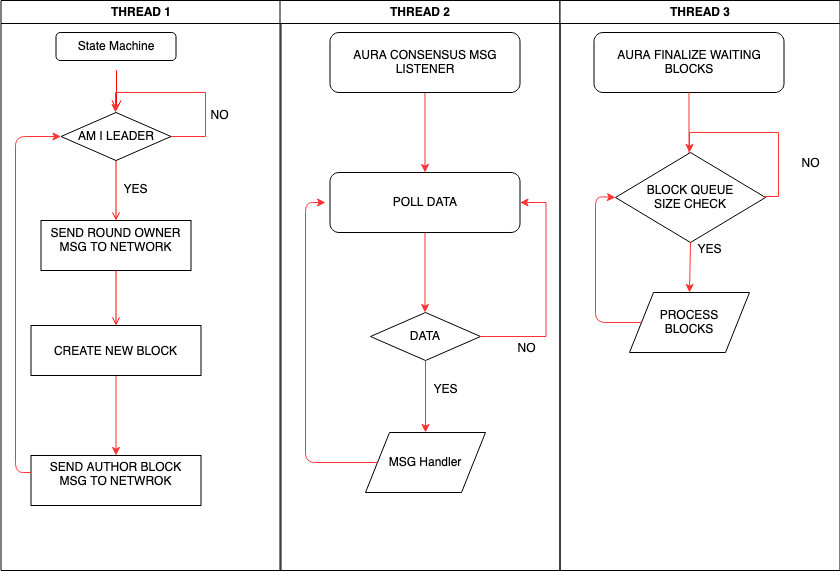
The draw.io diagram misc/AuraConsensusFlowDiagram.png in Talentica/simpleblockchain, before a commit. Source tidied: cells renumbered, new cells last; positions are measured from the earlier drawing's top-left corner, leaving out a move shared by most shapes. The source it was exported from:
```xml
<mxGraphModel background="#ffffff">
  <root>
    <mxCell id="0" />
    <mxCell id="1" parent="0" />
    <mxCell id="2" value="THREAD 1" style="swimlane;whiteSpace=wrap;" parent="1" vertex="1">
      <mxGeometry x="-0.5" width="280" height="570" as="geometry" />
    </mxCell>
    <mxCell id="3" style="edgeStyle=elbowEdgeStyle;elbow=horizontal;verticalAlign=bottom;endArrow=open;endSize=8;strokeColor=#FF0000;endFill=1;rounded=0;" parent="2" edge="1">
      <mxGeometry x="100" y="40" as="geometry">
        <mxPoint x="115" y="70" as="sourcePoint" />
        <mxPoint x="115.5" y="110" as="targetPoint" />
      </mxGeometry>
    </mxCell>
    <mxCell id="4" value="SEND ROUND OWNER&#10;MSG TO NETWORK&#10;" style="verticalAlign=bottom;" parent="2" vertex="1">
      <mxGeometry x="40" y="220" width="150" height="50" as="geometry" />
    </mxCell>
    <mxCell id="5" style="endArrow=open;strokeColor=#FF0000;endFill=1;rounded=0;" parent="2" edge="1" target="4">
      <mxGeometry relative="1" as="geometry">
        <mxPoint x="115" y="160" as="sourcePoint" />
      </mxGeometry>
    </mxCell>
    <mxCell id="6" style="edgeStyle=orthogonalEdgeStyle;rounded=0;jettySize=auto;html=1;strokeColor=#FF3333;" parent="2" edge="1" source="7" target="8">
      <mxGeometry relative="1" as="geometry" />
    </mxCell>
    <mxCell id="7" value="CREATE NEW BLOCK" parent="2" vertex="1">
      <mxGeometry x="30" y="325" width="170" height="50" as="geometry" />
    </mxCell>
    <mxCell id="8" value="SEND AUTHOR BLOCK&#10;MSG TO NETWROK&#10;" parent="2" vertex="1">
      <mxGeometry x="30" y="455" width="170" height="50" as="geometry" />
    </mxCell>
    <mxCell id="9" style="endArrow=open;strokeColor=#FF0000;endFill=1;rounded=0;" parent="2" edge="1" source="4" target="7">
      <mxGeometry relative="1" as="geometry" />
    </mxCell>
    <mxCell id="10" value="State Machine" style="rounded=1;whiteSpace=wrap;html=1;" parent="2" vertex="1">
      <mxGeometry x="55" y="32" width="120" height="28" as="geometry" />
    </mxCell>
    <mxCell id="11" value="AM I LEADER" style="rhombus;whiteSpace=wrap;html=1;" parent="2" vertex="1">
      <mxGeometry x="60" y="112" width="110" height="48" as="geometry" />
    </mxCell>
    <mxCell id="12" value="YES" style="text;html=1;align=center;verticalAlign=middle;" parent="2" vertex="1">
      <mxGeometry x="114.5" y="179" width="40" height="20" as="geometry" />
    </mxCell>
    <mxCell id="13" value="NO" style="text;html=1;align=center;verticalAlign=middle;" parent="2" vertex="1">
      <mxGeometry x="203.5" y="105" width="30" height="20" as="geometry" />
    </mxCell>
    <mxCell id="14" style="endArrow=classic;html=1;strokeColor=#FF3333;entryX=0;entryY=0.5;entryDx=0;entryDy=0;" parent="2" edge="1" target="11">
      <mxGeometry relative="1" as="geometry">
        <mxPoint x="30" y="472" as="sourcePoint" />
        <Array as="points">
          <mxPoint x="14.5" y="472" />
          <mxPoint x="14.5" y="136" />
        </Array>
      </mxGeometry>
    </mxCell>
    <mxCell id="15" value="THREAD 2" style="swimlane;whiteSpace=wrap;" parent="1" vertex="1">
      <mxGeometry x="278.5" width="280" height="570" as="geometry" />
    </mxCell>
    <mxCell id="16" style="edgeStyle=orthogonalEdgeStyle;rounded=0;jettySize=auto;html=1;strokeColor=#FF3333;" parent="15" edge="1" source="17" target="19">
      <mxGeometry relative="1" as="geometry" />
    </mxCell>
    <mxCell id="17" value="&lt;div&gt;AURA CONSENSUS MSG &lt;br&gt;&lt;/div&gt;&lt;div&gt;LISTENER&lt;/div&gt;" style="rounded=1;whiteSpace=wrap;html=1;" parent="15" vertex="1">
      <mxGeometry x="50" y="32" width="190" height="60" as="geometry" />
    </mxCell>
    <mxCell id="18" style="edgeStyle=orthogonalEdgeStyle;rounded=0;jettySize=auto;html=1;strokeColor=#FF3333;" parent="15" edge="1" source="19">
      <mxGeometry relative="1" as="geometry">
        <mxPoint x="145" y="312" as="targetPoint" />
      </mxGeometry>
    </mxCell>
    <mxCell id="19" value="POLL DATA" style="rounded=1;whiteSpace=wrap;html=1;" parent="15" vertex="1">
      <mxGeometry x="50" y="172" width="190" height="60" as="geometry" />
    </mxCell>
    <mxCell id="20" value="DATA" style="rhombus;whiteSpace=wrap;html=1;" parent="15" vertex="1">
      <mxGeometry x="90.5" y="312" width="110" height="48" as="geometry" />
    </mxCell>
    <mxCell id="21" value="YES" style="text;html=1;align=center;verticalAlign=middle;" parent="15" vertex="1">
      <mxGeometry x="145" y="379" width="40" height="20" as="geometry" />
    </mxCell>
    <mxCell id="22" style="edgeStyle=orthogonalEdgeStyle;rounded=0;jettySize=auto;html=1;exitX=1;exitY=0.5;exitDx=0;exitDy=0;fillColor=#f8cecc;strokeColor=#FF3333;entryX=1;entryY=0.5;entryDx=0;entryDy=0;" parent="15" edge="1" source="20" target="19">
      <mxGeometry relative="1" as="geometry">
        <Array as="points">
          <mxPoint x="266" y="336" />
          <mxPoint x="266" y="202" />
        </Array>
      </mxGeometry>
    </mxCell>
    <mxCell id="23" value="MSG Handler" style="shape=parallelogram;perimeter=parallelogramPerimeter;whiteSpace=wrap;html=1;" parent="15" vertex="1">
      <mxGeometry x="85.5" y="432" width="120" height="60" as="geometry" />
    </mxCell>
    <mxCell id="24" value="&lt;div&gt;&lt;br&gt;&lt;/div&gt;&lt;div&gt;&lt;br&gt;&lt;/div&gt;&lt;div&gt;NO&lt;/div&gt;" style="text;html=1;align=center;verticalAlign=middle;" parent="15" vertex="1">
      <mxGeometry x="231.5" y="309" width="30" height="50" as="geometry" />
    </mxCell>
    <mxCell id="25" value="THREAD 3" style="swimlane;whiteSpace=wrap;" parent="1" vertex="1">
      <mxGeometry x="558.5" width="280" height="570" as="geometry" />
    </mxCell>
    <mxCell id="26" value="NO" style="text;html=1;align=center;verticalAlign=middle;" parent="25" vertex="1">
      <mxGeometry x="235.5" y="153" width="30" height="20" as="geometry" />
    </mxCell>
    <mxCell id="27" style="edgeStyle=orthogonalEdgeStyle;rounded=0;jettySize=auto;html=1;exitX=1;exitY=0.5;exitDx=0;exitDy=0;fillColor=#f8cecc;strokeColor=#FF3333;" parent="1" edge="1" source="11">
      <mxGeometry relative="1" as="geometry">
        <mxPoint x="114" y="112" as="targetPoint" />
        <Array as="points">
          <mxPoint x="204" y="136" />
          <mxPoint x="204" y="92" />
          <mxPoint x="114" y="92" />
        </Array>
      </mxGeometry>
    </mxCell>
    <mxCell id="28" style="endArrow=classic;html=1;strokeColor=#FF3333;exitX=0.5;exitY=1;exitDx=0;exitDy=0;" parent="1" edge="1" source="20">
      <mxGeometry relative="1" as="geometry">
        <mxPoint x="424" y="432" as="targetPoint" />
      </mxGeometry>
    </mxCell>
    <mxCell id="29" style="endArrow=classic;html=1;strokeColor=#FF3333;exitX=0;exitY=0.5;exitDx=0;exitDy=0;" parent="1" edge="1" source="23">
      <mxGeometry relative="1" as="geometry">
        <mxPoint x="324" y="202" as="targetPoint" />
        <Array as="points">
          <mxPoint x="304" y="462" />
          <mxPoint x="304" y="202" />
        </Array>
      </mxGeometry>
    </mxCell>
    <mxCell id="30" value="AURA FINALIZE WAITING BLOCKS" style="rounded=1;whiteSpace=wrap;html=1;" parent="1" vertex="1">
      <mxGeometry x="592.5" y="32" width="190" height="60" as="geometry" />
    </mxCell>
    <mxCell id="31" style="edgeStyle=orthogonalEdgeStyle;rounded=0;orthogonalLoop=1;jettySize=auto;html=1;strokeColor=#FF3333;" parent="1" edge="1">
      <mxGeometry relative="1" as="geometry">
        <mxPoint x="687.5" y="92" as="sourcePoint" />
        <mxPoint x="687.5" y="172" as="targetPoint" />
      </mxGeometry>
    </mxCell>
    <mxCell id="32" value="&lt;div&gt;BLOCK QUEUE &lt;br&gt;&lt;/div&gt;&lt;div&gt;SIZE CHECK&lt;/div&gt;" style="rhombus;whiteSpace=wrap;html=1;" parent="1" vertex="1">
      <mxGeometry x="614" y="152" width="150" height="90" as="geometry" />
    </mxCell>
    <mxCell id="33" value="YES" style="text;html=1;align=center;verticalAlign=middle;" parent="1" vertex="1">
      <mxGeometry x="687.5" y="239" width="40" height="20" as="geometry" />
    </mxCell>
    <mxCell id="34" style="edgeStyle=orthogonalEdgeStyle;rounded=0;orthogonalLoop=1;jettySize=auto;html=1;exitX=1;exitY=0.5;exitDx=0;exitDy=0;fillColor=#f8cecc;strokeColor=#FF3333;entryX=0.5;entryY=0;entryDx=0;entryDy=0;" parent="1" edge="1">
      <mxGeometry relative="1" as="geometry">
        <mxPoint x="763" y="197" as="sourcePoint" />
        <mxPoint x="688" y="152" as="targetPoint" />
        <Array as="points">
          <mxPoint x="763" y="196" />
          <mxPoint x="777" y="196" />
          <mxPoint x="777" y="132" />
          <mxPoint x="688" y="132" />
        </Array>
      </mxGeometry>
    </mxCell>
    <mxCell id="35" value="&lt;div&gt;PROCESS&lt;/div&gt;&lt;div&gt;BLOCKS&lt;br&gt;&lt;/div&gt;" style="shape=parallelogram;perimeter=parallelogramPerimeter;whiteSpace=wrap;html=1;" parent="1" vertex="1">
      <mxGeometry x="628" y="292" width="120" height="60" as="geometry" />
    </mxCell>
    <mxCell id="36" style="endArrow=classic;html=1;strokeColor=#FF3333;exitX=0.5;exitY=1;exitDx=0;exitDy=0;" parent="1" edge="1" source="32">
      <mxGeometry relative="1" as="geometry">
        <mxPoint x="688" y="292" as="targetPoint" />
      </mxGeometry>
    </mxCell>
    <mxCell id="37" style="endArrow=classic;html=1;strokeColor=#FF3333;exitX=0;exitY=0.5;exitDx=0;exitDy=0;entryX=0;entryY=0.5;entryDx=0;entryDy=0;" parent="1" edge="1" source="35" target="32">
      <mxGeometry relative="1" as="geometry">
        <Array as="points">
          <mxPoint x="594" y="322" />
          <mxPoint x="594" y="196" />
        </Array>
      </mxGeometry>
    </mxCell>
  </root>
</mxGraphModel>
```
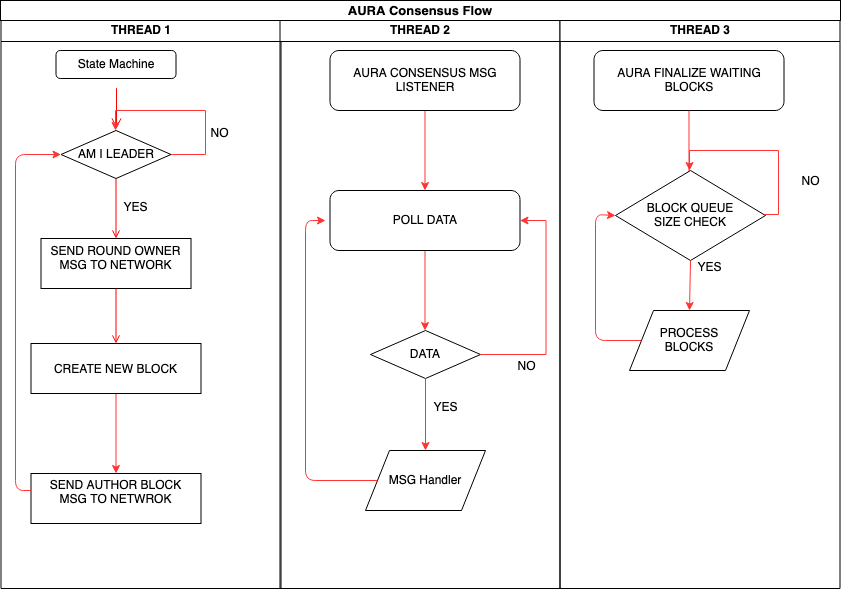
The same file after the commit.

Change to the diagram source:
```diff
@@ -162,5 +162,8 @@
         </Array>
       </mxGeometry>
     </mxCell>
+    <mxCell id="38" value="&lt;font style=&quot;font-size: 13px&quot;&gt;&lt;b&gt;AURA Consensus Flow&lt;/b&gt;&lt;/font&gt;" style="rounded=0;whiteSpace=wrap;html=1;" parent="1" vertex="1">
+      <mxGeometry x="-1" y="-18" width="840" height="20" as="geometry" />
+    </mxCell>
   </root>
 </mxGraphModel>
```
